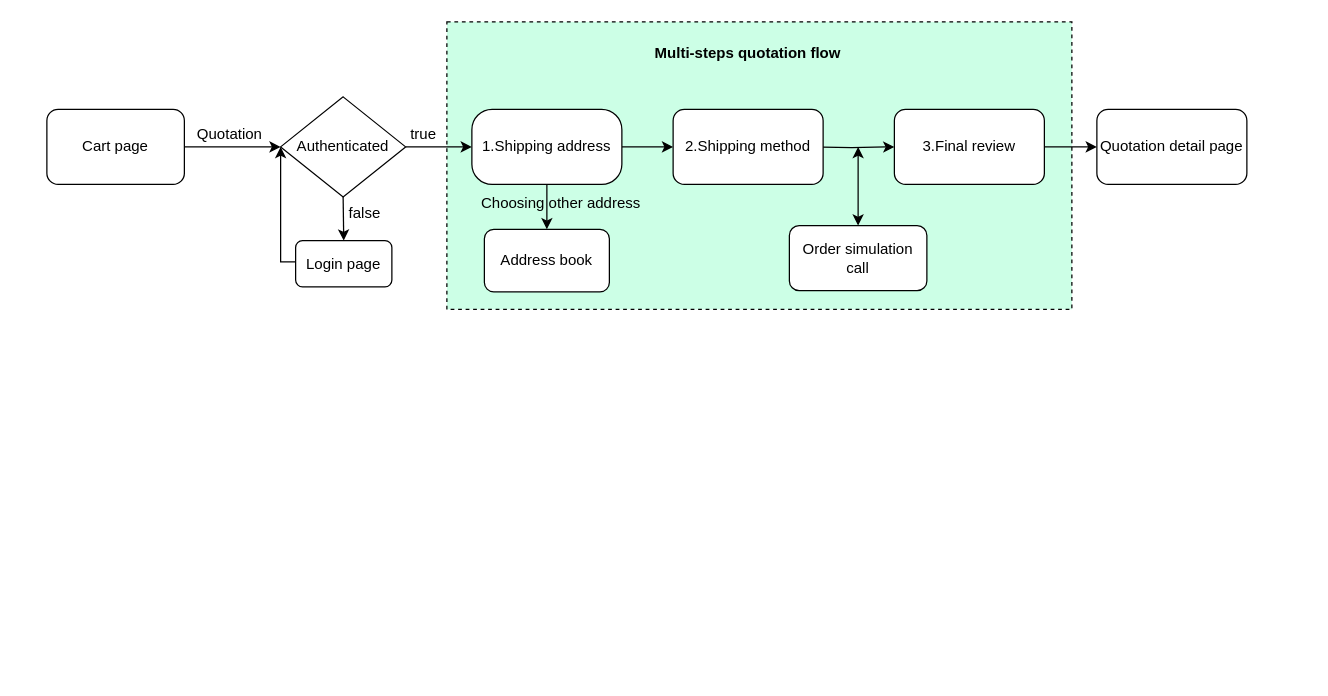
The draw.io diagram page "Page-2" (2 of 2) of diagrams/DrawTemp.drawio in pinestran/transferfiles, before the edit. Source tidied: cells renumbered, new cells numbered last; positions are measured from the earlier drawing's top-left corner, leaving out a move shared by most shapes. Both pictures are drawn from the tidied source at 125%, with x=0, y=0 at pixel (46, 21).
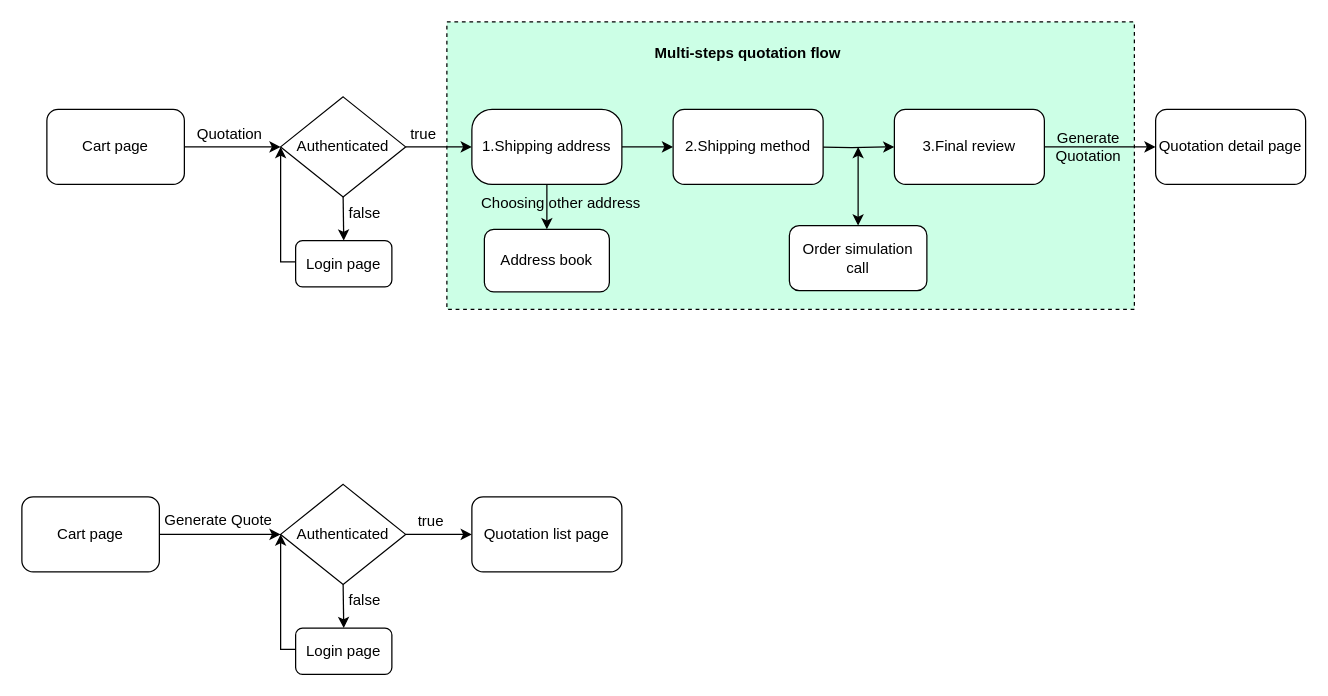
Above is the later version.

Diff of the diagram source:
```diff
@@
     <mxCell id="2" style="rounded=0;whiteSpace=wrap;html=1;dashed=1;gradientColor=none;fillColor=#CCFFE6;" parent="1" vertex="1">
-      <mxGeometry x="320" width="500" height="230" as="geometry" />
+      <mxGeometry x="320" width="550" height="230" as="geometry" />
     </mxCell>
@@
     <mxCell id="13" value="Quotation detail page" style="whiteSpace=wrap;html=1;rounded=1;" parent="1" vertex="1">
-      <mxGeometry x="840" y="70" width="120" height="60" as="geometry" />
+      <mxGeometry x="887" y="70" width="120" height="60" as="geometry" />
     </mxCell>
@@
+    <mxCell id="26" style="edgeStyle=orthogonalEdgeStyle;rounded=0;jettySize=auto;html=1;" parent="1" edge="1" source="27" target="30">
+      <mxGeometry relative="1" as="geometry" />
+    </mxCell>
+    <mxCell id="27" value="Cart page" style="rounded=1;whiteSpace=wrap;html=1;" parent="1" vertex="1">
+      <mxGeometry x="-20" y="380" width="110" height="60" as="geometry" />
+    </mxCell>
+    <mxCell id="28" style="edgeStyle=orthogonalEdgeStyle;rounded=0;jettySize=auto;html=1;exitX=1;exitY=0.5;exitDx=0;exitDy=0;" parent="1" edge="1" source="30">
+      <mxGeometry relative="1" as="geometry">
+        <mxPoint x="340" y="410" as="targetPoint" />
+      </mxGeometry>
+    </mxCell>
+    <mxCell id="29" value="Quotation list page" style="whiteSpace=wrap;html=1;rounded=1;" parent="1" vertex="1">
+      <mxGeometry x="340" y="380" width="120" height="60" as="geometry" />
+    </mxCell>
+    <mxCell id="30" value="Authenticated" style="rhombus;whiteSpace=wrap;html=1;" parent="1" vertex="1">
+      <mxGeometry x="187" y="370" width="100" height="80" as="geometry" />
+    </mxCell>
+    <mxCell id="31" value="Generate Quote" style="text;html=1;align=center;verticalAlign=middle;strokeColor=none;fillColor=none;" parent="1" vertex="1">
+      <mxGeometry x="82" y="384" width="110" height="30" as="geometry" />
+    </mxCell>
+    <mxCell id="32" value="true" style="text;html=1;align=center;verticalAlign=middle;strokeColor=none;fillColor=none;" parent="1" vertex="1">
+      <mxGeometry x="287" y="385" width="40" height="30" as="geometry" />
+    </mxCell>
+    <mxCell id="33" value="false" style="text;html=1;align=center;verticalAlign=middle;strokeColor=none;fillColor=none;" parent="1" vertex="1">
+      <mxGeometry x="229" y="448" width="50" height="30" as="geometry" />
+    </mxCell>
+    <mxCell id="34" value="Login page" style="rounded=1;whiteSpace=wrap;html=1;" parent="1" vertex="1">
+      <mxGeometry x="199" y="485" width="77" height="37" as="geometry" />
+    </mxCell>
+    <mxCell id="35" style="endArrow=classic;html=1;rounded=0;entryX=0.5;entryY=0;entryDx=0;entryDy=0;" parent="1" edge="1" target="34">
+      <mxGeometry relative="1" as="geometry">
+        <mxPoint x="237" y="450" as="sourcePoint" />
+      </mxGeometry>
+    </mxCell>
+    <mxCell id="36" style="edgeStyle=orthogonalEdgeStyle;rounded=0;jettySize=auto;html=1;entryX=0;entryY=0.5;entryDx=0;entryDy=0;" parent="1" edge="1" source="34" target="30">
+      <mxGeometry relative="1" as="geometry">
+        <Array as="points">
+          <mxPoint x="187" y="502" />
+        </Array>
+      </mxGeometry>
+    </mxCell>
+    <mxCell id="37" value="&lt;div&gt;Generate&lt;/div&gt;&lt;div&gt;Quotation&lt;br&gt;&lt;/div&gt;" style="text;html=1;align=center;verticalAlign=middle;strokeColor=none;fillColor=none;" parent="1" vertex="1">
+      <mxGeometry x="793" y="80" width="80" height="40" as="geometry" />
+    </mxCell>
```
